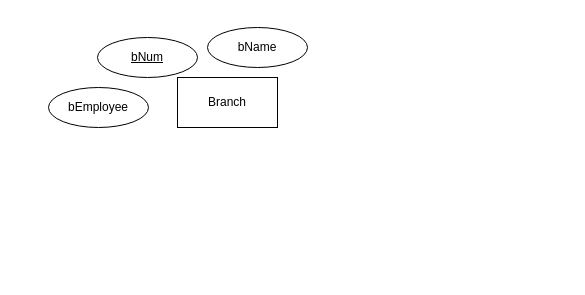
Before: SENG 321/Act4_ERDiag.drawio in amirabdullahi1/gold, a draw.io diagram. Source tidied: cells renumbered, new cells numbered last; positions are measured from the earlier drawing's top-left corner, leaving out a move shared by most shapes. Both pictures are drawn from the tidied source at 100%, with x=0, y=0 at pixel (48, 27).
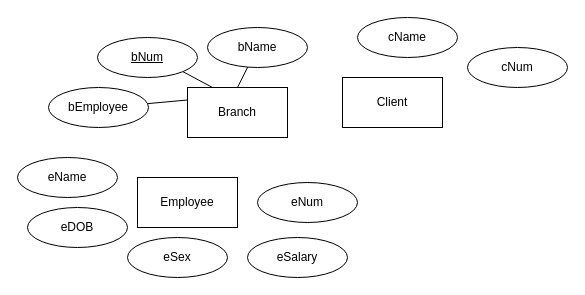
The same page after the edit.

Change to the diagram source:
```diff
@@
 <mxGraphModel>
   <root>
     <mxCell id="0" />
     <mxCell id="1" parent="0" />
     <mxCell id="2" value="Branch" style="html=1;dashed=0;whiteSpace=wrap;" parent="1" vertex="1">
-      <mxGeometry x="129" y="50" width="100" height="50" as="geometry" />
+      <mxGeometry x="139" y="60" width="100" height="50" as="geometry" />
     </mxCell>
+    <mxCell id="6" style="rounded=0;jettySize=auto;html=1;exitX=1;exitY=1;exitDx=0;exitDy=0;entryX=0.25;entryY=0;entryDx=0;entryDy=0;endArrow=none;endFill=0;" parent="1" edge="1" source="3" target="2">
+      <mxGeometry relative="1" as="geometry" />
+    </mxCell>
     <mxCell id="3" value="&lt;u&gt;bNum&lt;/u&gt;" style="ellipse;whiteSpace=wrap;html=1;align=center;" parent="1" vertex="1">
       <mxGeometry x="49" y="10" width="100" height="40" as="geometry" />
     </mxCell>
+    <mxCell id="7" style="rounded=0;jettySize=auto;html=1;entryX=0.5;entryY=0;entryDx=0;entryDy=0;endArrow=none;endFill=0;" parent="1" edge="1" source="4" target="2">
+      <mxGeometry relative="1" as="geometry" />
+    </mxCell>
     <mxCell id="4" value="bName" style="ellipse;whiteSpace=wrap;html=1;align=center;" parent="1" vertex="1">
       <mxGeometry x="159" width="100" height="40" as="geometry" />
     </mxCell>
+    <mxCell id="8" style="rounded=0;jettySize=auto;html=1;entryX=0;entryY=0.25;entryDx=0;entryDy=0;endArrow=none;endFill=0;" parent="1" edge="1" source="5" target="2">
+      <mxGeometry relative="1" as="geometry" />
+    </mxCell>
     <mxCell id="5" value="bEmployee" style="ellipse;whiteSpace=wrap;html=1;align=center;" parent="1" vertex="1">
       <mxGeometry y="60" width="100" height="40" as="geometry" />
     </mxCell>
+    <mxCell id="9" value="Client" style="html=1;dashed=0;whiteSpace=wrap;" parent="1" vertex="1">
+      <mxGeometry x="294" y="50" width="100" height="50" as="geometry" />
+    </mxCell>
+    <mxCell id="10" value="cName" style="ellipse;whiteSpace=wrap;html=1;align=center;" parent="1" vertex="1">
+      <mxGeometry x="309" y="-10" width="100" height="40" as="geometry" />
+    </mxCell>
+    <mxCell id="11" value="cNum" style="ellipse;whiteSpace=wrap;html=1;align=center;" parent="1" vertex="1">
+      <mxGeometry x="419" y="20" width="100" height="40" as="geometry" />
+    </mxCell>
+    <mxCell id="12" value="Employee" style="html=1;dashed=0;whiteSpace=wrap;" parent="1" vertex="1">
+      <mxGeometry x="89" y="150" width="100" height="50" as="geometry" />
+    </mxCell>
+    <mxCell id="13" value="eName" style="ellipse;whiteSpace=wrap;html=1;align=center;" parent="1" vertex="1">
+      <mxGeometry x="-31" y="130" width="100" height="40" as="geometry" />
+    </mxCell>
+    <mxCell id="14" value="eDOB" style="ellipse;whiteSpace=wrap;html=1;align=center;" parent="1" vertex="1">
+      <mxGeometry x="-21" y="180" width="100" height="40" as="geometry" />
+    </mxCell>
+    <mxCell id="15" value="eSex" style="ellipse;whiteSpace=wrap;html=1;align=center;" parent="1" vertex="1">
+      <mxGeometry x="79" y="210" width="100" height="40" as="geometry" />
+    </mxCell>
+    <mxCell id="16" value="eSalary" style="ellipse;whiteSpace=wrap;html=1;align=center;" parent="1" vertex="1">
+      <mxGeometry x="199" y="210" width="100" height="40" as="geometry" />
+    </mxCell>
+    <mxCell id="17" value="eNum" style="ellipse;whiteSpace=wrap;html=1;align=center;" parent="1" vertex="1">
+      <mxGeometry x="209" y="155" width="100" height="40" as="geometry" />
+    </mxCell>
   </root>
 </mxGraphModel>
```
